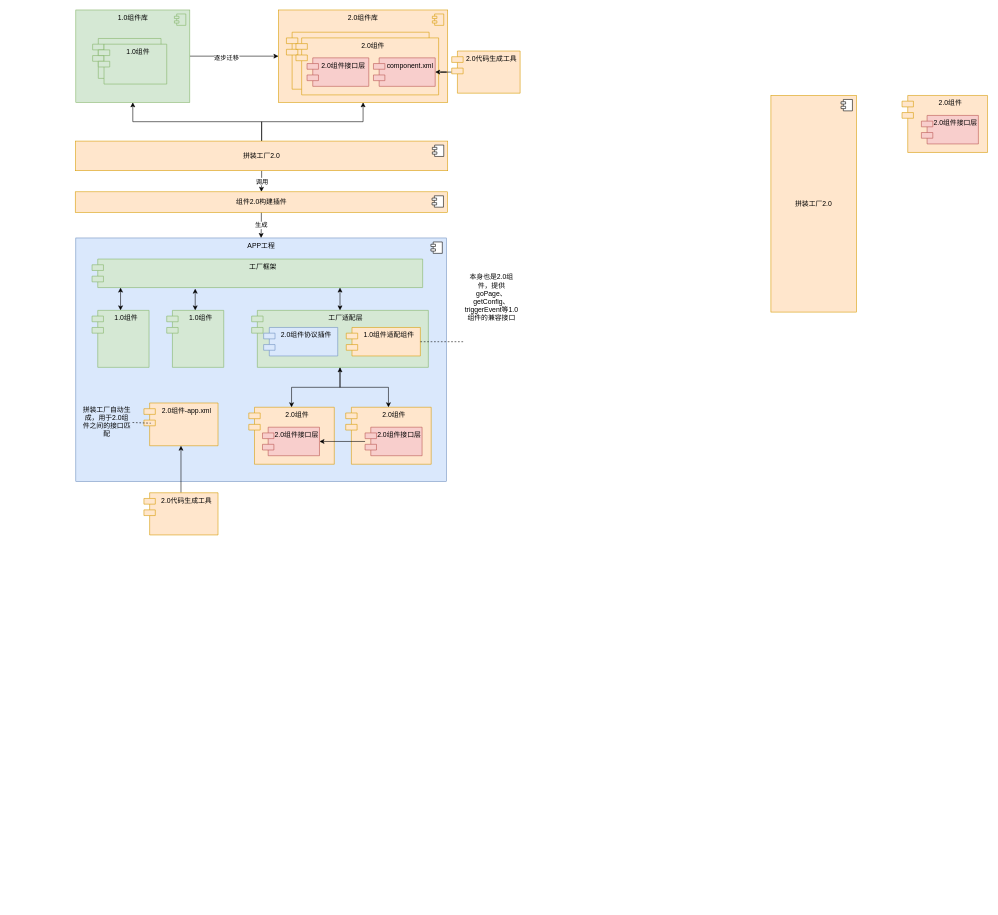
kwhitestone/drawio keeps this draw.io diagram as page "拼装工厂2.0" (11 of 23) of nd-apf.drawio. Above is the earlier version. Source tidied: cells renumbered, new cells numbered last; positions are measured from the earlier drawing's top-left corner, leaving out a move shared by most shapes. Both pictures are drawn from the tidied source at 57%, with x=0, y=0 at pixel (75, 10).
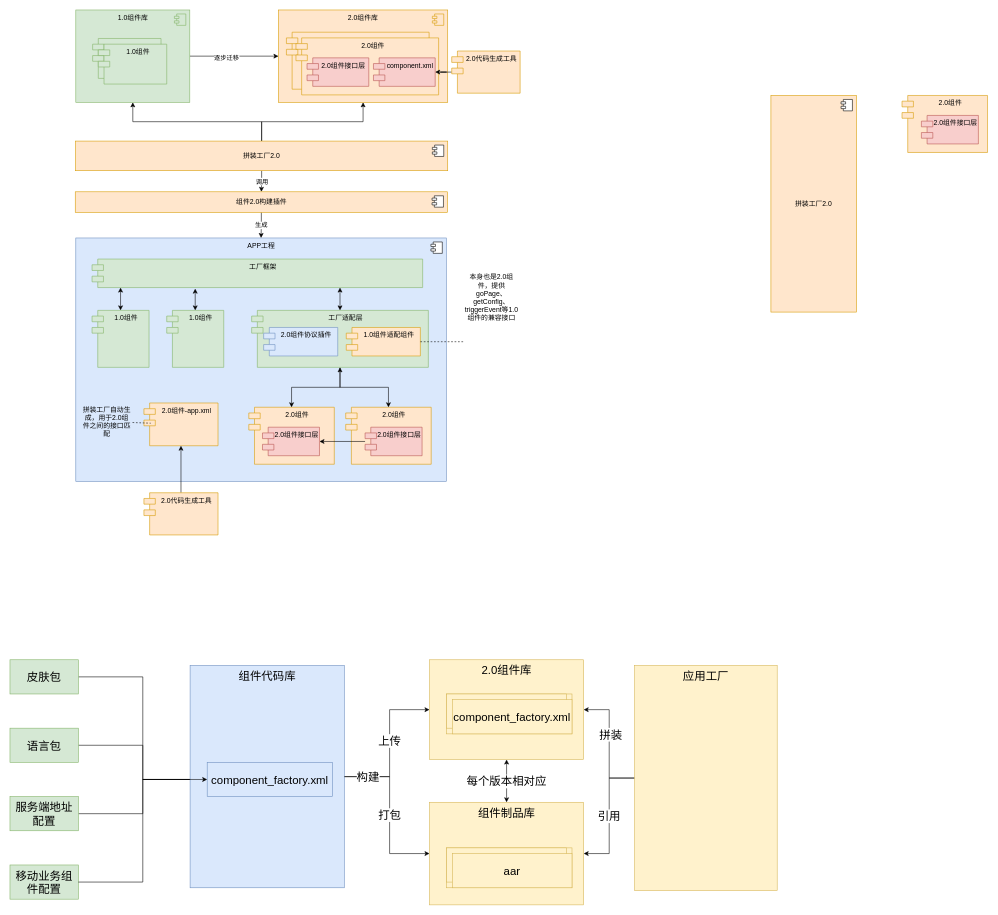
The same page after the edit.

The edit, as a diff of the source:
```diff
@@
+    <mxCell id="58" style="edgeStyle=orthogonalEdgeStyle;rounded=0;jettySize=auto;html=1;entryX=0;entryY=0.5;entryDx=0;entryDy=0;" parent="1" edge="1" source="59" target="69">
+      <mxGeometry relative="1" as="geometry" />
+    </mxCell>
+    <mxCell id="59" value="皮肤包" style="rounded=0;whiteSpace=wrap;html=1;fontSize=20;fillColor=#d5e8d4;strokeColor=#82b366;" parent="1" vertex="1">
+      <mxGeometry x="-115" y="1140" width="120" height="60" as="geometry" />
+    </mxCell>
+    <mxCell id="60" style="edgeStyle=orthogonalEdgeStyle;rounded=0;jettySize=auto;html=1;" parent="1" edge="1" source="61" target="69">
+      <mxGeometry relative="1" as="geometry" />
+    </mxCell>
+    <mxCell id="61" value="语言包" style="rounded=0;whiteSpace=wrap;html=1;fontSize=20;fillColor=#d5e8d4;strokeColor=#82b366;" parent="1" vertex="1">
+      <mxGeometry x="-115" y="1260" width="120" height="60" as="geometry" />
+    </mxCell>
+    <mxCell id="62" style="edgeStyle=orthogonalEdgeStyle;rounded=0;jettySize=auto;html=1;entryX=0;entryY=0.5;entryDx=0;entryDy=0;" parent="1" edge="1" source="63" target="69">
+      <mxGeometry relative="1" as="geometry" />
+    </mxCell>
+    <mxCell id="63" value="服务端地址配置" style="rounded=0;whiteSpace=wrap;html=1;fontSize=20;fillColor=#d5e8d4;strokeColor=#82b366;" parent="1" vertex="1">
+      <mxGeometry x="-115" y="1380" width="120" height="60" as="geometry" />
+    </mxCell>
+    <mxCell id="64" value="移动业务组件配置" style="rounded=0;whiteSpace=wrap;html=1;fontSize=20;fillColor=#d5e8d4;strokeColor=#82b366;" parent="1" vertex="1">
+      <mxGeometry x="-115" y="1500" width="120" height="60" as="geometry" />
+    </mxCell>
+    <mxCell id="65" value="打包" style="edgeStyle=orthogonalEdgeStyle;rounded=0;jettySize=auto;html=1;entryX=0;entryY=0.5;entryDx=0;entryDy=0;fontSize=20;" parent="1" edge="1" source="66" target="75">
+      <mxGeometry x="0.02" relative="1" as="geometry">
+        <Array as="points">
+          <mxPoint x="551" y="1345" />
+          <mxPoint x="551" y="1480" />
+        </Array>
+        <mxPoint y="1" as="offset" />
+      </mxGeometry>
+    </mxCell>
+    <mxCell id="66" value="组件代码库" style="rounded=0;whiteSpace=wrap;html=1;fontSize=20;verticalAlign=top;fillColor=#dae8fc;strokeColor=#6c8ebf;" parent="1" vertex="1">
+      <mxGeometry x="201" y="1150" width="270.5" height="390" as="geometry" />
+    </mxCell>
+    <mxCell id="67" value="上传" style="edgeStyle=orthogonalEdgeStyle;rounded=0;jettySize=auto;html=1;entryX=0;entryY=0.5;entryDx=0;entryDy=0;exitX=1;exitY=0.5;exitDx=0;exitDy=0;fontSize=20;" parent="1" edge="1" source="66" target="77">
+      <mxGeometry x="0.08" relative="1" as="geometry">
+        <Array as="points">
+          <mxPoint x="551" y="1345" />
+          <mxPoint x="551" y="1228" />
+        </Array>
+        <mxPoint y="1" as="offset" />
+      </mxGeometry>
+    </mxCell>
+    <mxCell id="68" value="构建" style="edgeLabel;html=1;align=center;verticalAlign=middle;fontSize=20;" parent="67" vertex="1">
+      <mxGeometry x="-0.52" y="-2" relative="1" as="geometry">
+        <mxPoint x="-23" y="-3" as="offset" />
+      </mxGeometry>
+    </mxCell>
+    <mxCell id="69" value="component_factory.xml" style="rounded=0;whiteSpace=wrap;html=1;fontSize=20;fillColor=#dae8fc;strokeColor=#6c8ebf;" parent="1" vertex="1">
+      <mxGeometry x="231" y="1320" width="220" height="60" as="geometry" />
+    </mxCell>
+    <mxCell id="70" style="edgeStyle=orthogonalEdgeStyle;rounded=0;jettySize=auto;html=1;entryX=0;entryY=0.5;entryDx=0;entryDy=0;" parent="1" edge="1" source="64" target="69">
+      <mxGeometry relative="1" as="geometry" />
+    </mxCell>
+    <mxCell id="71" style="edgeStyle=orthogonalEdgeStyle;rounded=0;jettySize=auto;html=1;entryX=1;entryY=0.5;entryDx=0;entryDy=0;" parent="1" edge="1" source="74" target="77">
+      <mxGeometry relative="1" as="geometry" />
+    </mxCell>
+    <mxCell id="72" value="拼装" style="edgeLabel;html=1;align=center;verticalAlign=middle;fontSize=20;" parent="71" vertex="1">
+      <mxGeometry x="0.16" y="-2" relative="1" as="geometry" />
+    </mxCell>
+    <mxCell id="73" value="引用" style="edgeStyle=orthogonalEdgeStyle;rounded=0;jettySize=auto;html=1;entryX=1;entryY=0.5;entryDx=0;entryDy=0;fontSize=20;" parent="1" edge="1" source="74" target="75">
+      <mxGeometry relative="1" as="geometry" />
+    </mxCell>
+    <mxCell id="74" value="应用工厂" style="rounded=0;whiteSpace=wrap;html=1;fontSize=20;verticalAlign=top;fillColor=#fff2cc;strokeColor=#d6b656;" parent="1" vertex="1">
+      <mxGeometry x="981" y="1150" width="250" height="395" as="geometry" />
+    </mxCell>
+    <mxCell id="75" value="组件制品库" style="rounded=0;whiteSpace=wrap;html=1;fontSize=20;verticalAlign=top;fillColor=#fff2cc;strokeColor=#d6b656;" parent="1" vertex="1">
+      <mxGeometry x="621" y="1390" width="270.5" height="180" as="geometry" />
+    </mxCell>
+    <mxCell id="76" value="每个版本相对应" style="edgeStyle=orthogonalEdgeStyle;rounded=0;jettySize=auto;html=1;startArrow=classic;startFill=1;fontSize=20;" parent="1" edge="1" source="77" target="75">
+      <mxGeometry relative="1" as="geometry" />
+    </mxCell>
+    <mxCell id="77" value="2.0组件库" style="rounded=0;whiteSpace=wrap;html=1;fontSize=20;verticalAlign=top;fillColor=#fff2cc;strokeColor=#d6b656;" parent="1" vertex="1">
+      <mxGeometry x="621" y="1140" width="270.5" height="175" as="geometry" />
+    </mxCell>
+    <mxCell id="78" style="group;fillColor=#fff2cc;strokeColor=#d6b656;" parent="1" vertex="1">
+      <mxGeometry x="651" y="1200" width="220" height="70" as="geometry" />
+    </mxCell>
+    <mxCell id="79" style="rounded=0;whiteSpace=wrap;html=1;fontSize=20;fillColor=#fff2cc;strokeColor=#d6b656;" parent="78" vertex="1">
+      <mxGeometry width="210" height="60" as="geometry" />
+    </mxCell>
+    <mxCell id="80" value="component_factory.xml" style="rounded=0;whiteSpace=wrap;html=1;fontSize=20;fillColor=#fff2cc;strokeColor=#d6b656;" parent="78" vertex="1">
+      <mxGeometry x="10" y="10" width="210" height="60" as="geometry" />
+    </mxCell>
+    <mxCell id="81" style="group;fillColor=#fff2cc;strokeColor=#d6b656;" parent="1" vertex="1">
+      <mxGeometry x="651" y="1470" width="220" height="70" as="geometry" />
+    </mxCell>
+    <mxCell id="82" style="rounded=0;whiteSpace=wrap;html=1;fontSize=20;fillColor=#fff2cc;strokeColor=#d6b656;" parent="81" vertex="1">
+      <mxGeometry width="210" height="60" as="geometry" />
+    </mxCell>
+    <mxCell id="83" value="aar" style="rounded=0;whiteSpace=wrap;html=1;fontSize=20;fillColor=#fff2cc;strokeColor=#d6b656;" parent="81" vertex="1">
+      <mxGeometry x="10" y="10" width="210" height="60" as="geometry" />
+    </mxCell>
```
